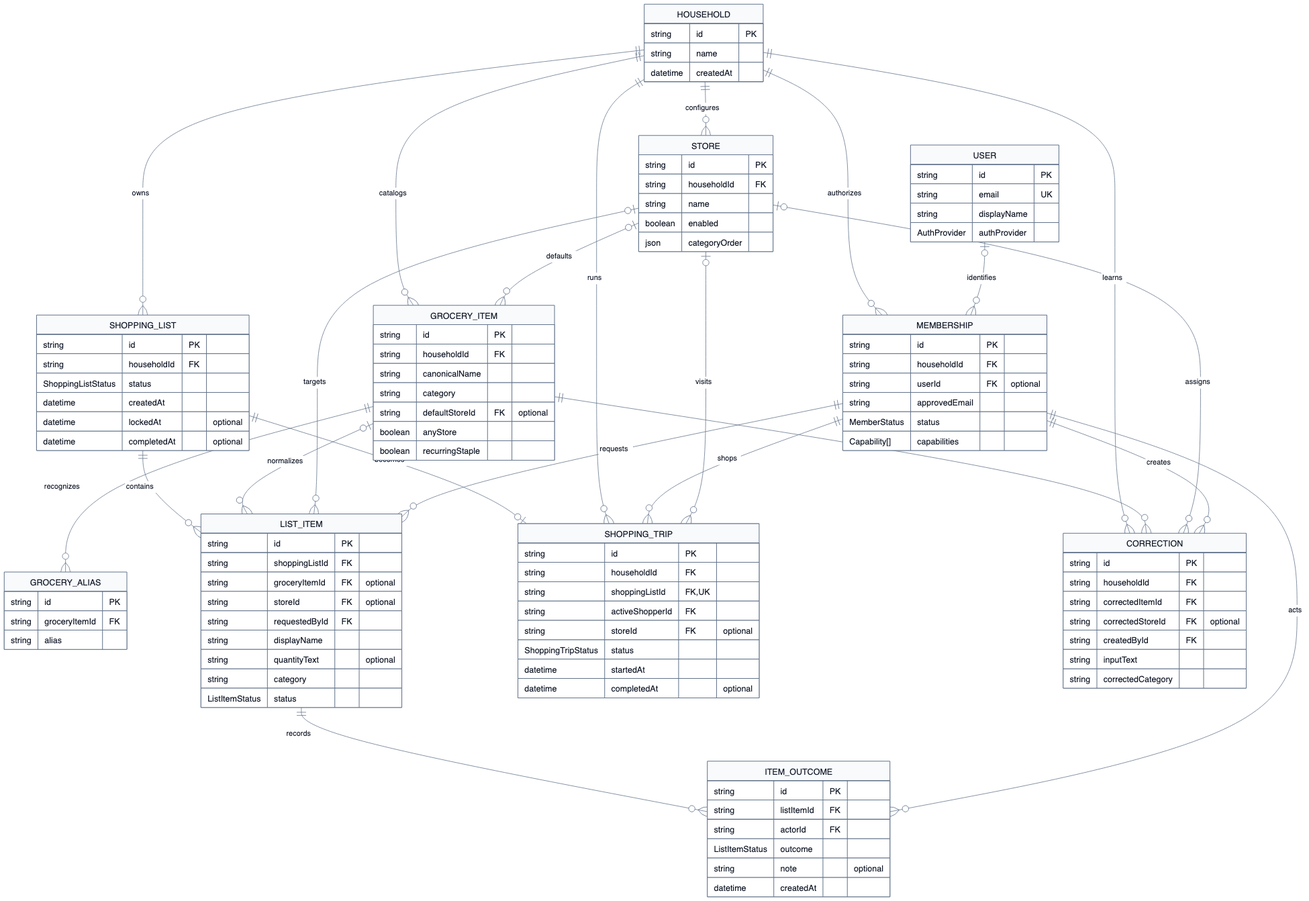
eshneken/family-grocery-list keeps this Mermaid diagram as diagrams/logical-data-model.png. Above is the earlier version. Its source is kept beside it as diagrams/logical-data-model.mmd.
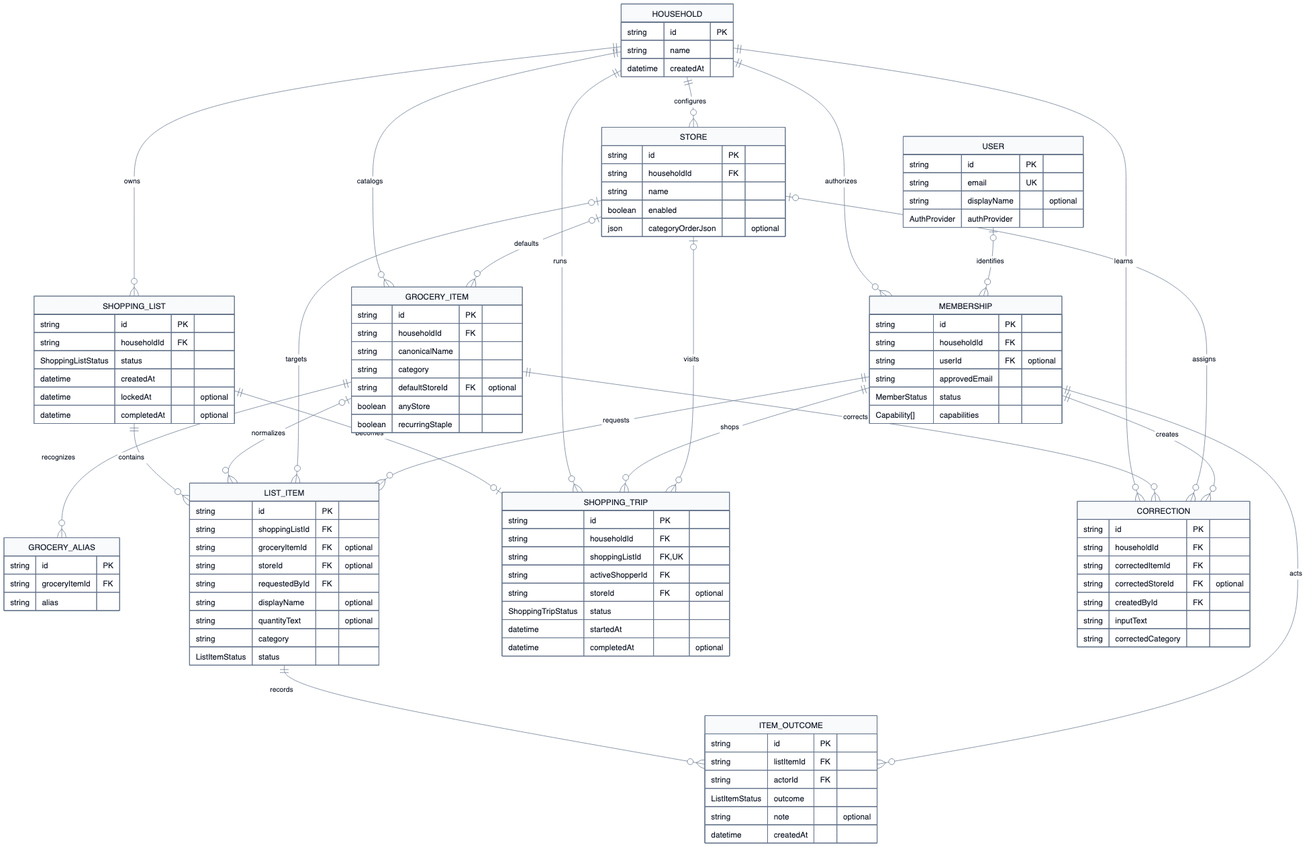
The same file after the commit.

What changed in the source:
```diff
@@ -9,7 +9,7 @@
   USER {
     string id PK
     string email UK
-    string displayName
+    string displayName "optional"
     AuthProvider authProvider
   }
 
@@ -27,7 +27,7 @@
     string householdId FK
     string name
     boolean enabled
-    json categoryOrder
+    json categoryOrderJson "optional"
   }
 
   GROCERY_ITEM {
@@ -61,7 +61,7 @@
     string groceryItemId FK "optional"
     string storeId FK "optional"
     string requestedById FK
-    string displayName
+    string displayName "optional"
     string quantityText "optional"
     string category
     ListItemStatus status
```
